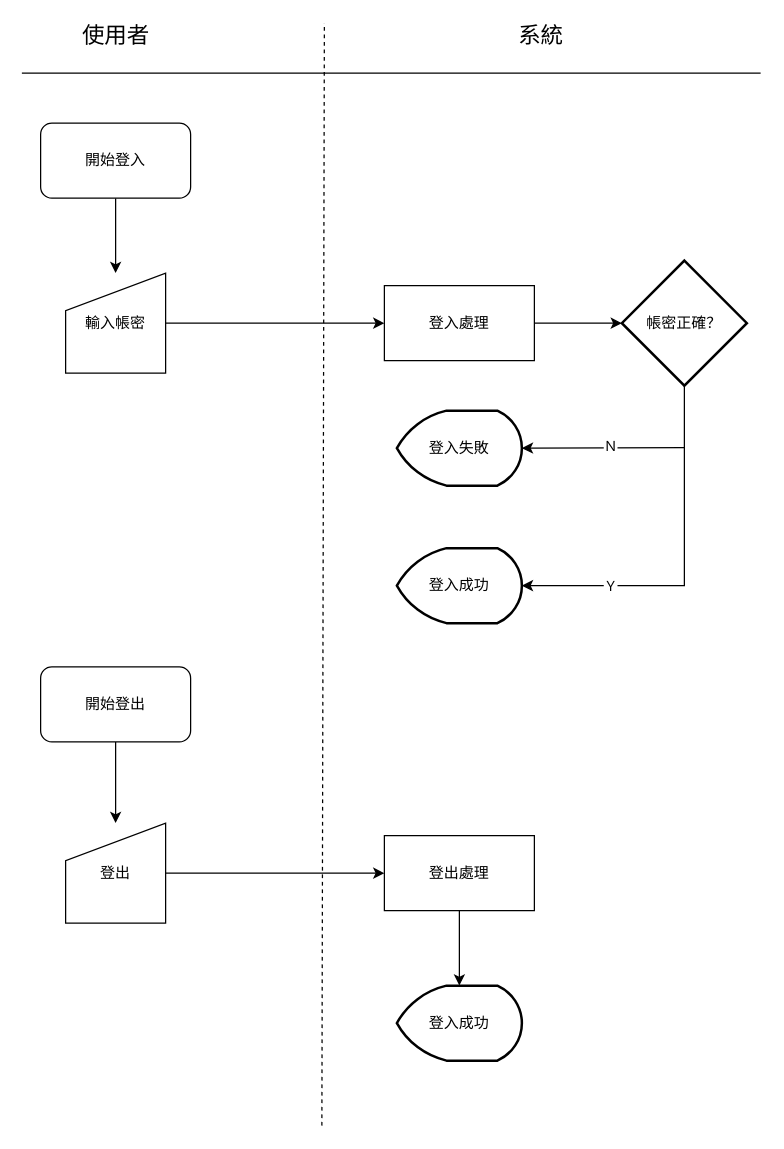
Earlier version of the draw.io diagram 流程圖/原檔/登入登出.drawio (TYChicode/deepbowl). Source tidied: cells renumbered, new cells numbered last; positions are measured from the earlier drawing's top-left corner, leaving out a move shared by most shapes. Both pictures are drawn from the tidied source at 125%, with x=0, y=0 at pixel (21, 22).
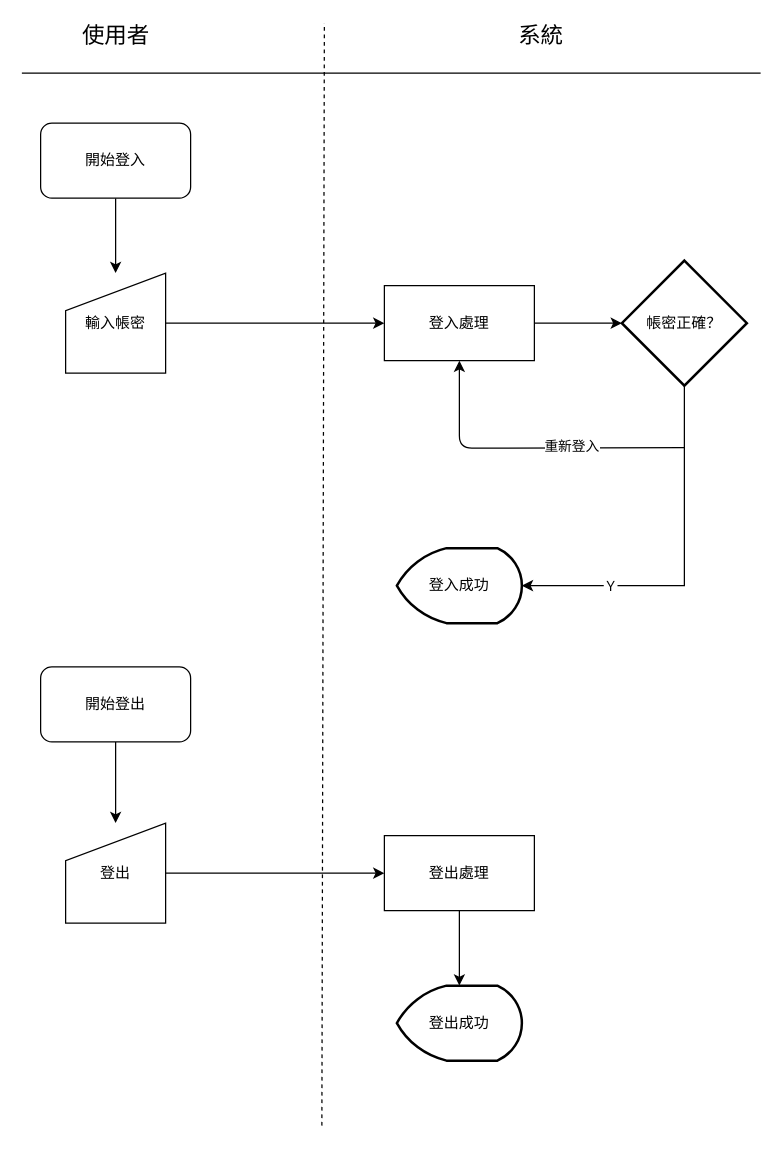
The same diagram, later.

The change refers to these unchanged cells:
```xml
<mxCell id="9" value="登入處理" style="rounded=0;whiteSpace=wrap;html=1;" parent="1" vertex="1">
  <mxGeometry x="290" y="210" width="120" height="60" as="geometry" />
</mxCell>
```

Change to the diagram source:
```diff
@@
-    <mxCell id="13" value="登入失敗" style="strokeWidth=2;html=1;shape=mxgraph.flowchart.display;whiteSpace=wrap;" parent="1" vertex="1">
-      <mxGeometry x="300" y="310" width="100" height="60" as="geometry" />
-    </mxCell>
@@
-    <mxCell id="15" style="endArrow=classic;html=1;entryX=1;entryY=0.5;entryDx=0;entryDy=0;entryPerimeter=0;" parent="1" edge="1" target="13">
+    <mxCell id="15" style="endArrow=classic;html=1;entryX=0.5;entryY=1;entryDx=0;entryDy=0;" parent="1" edge="1" target="9">
       <mxGeometry relative="1" as="geometry">
         <mxPoint x="530" y="339.6" as="sourcePoint" />
+        <Array as="points">
+          <mxPoint x="350" y="340" />
+        </Array>
       </mxGeometry>
     </mxCell>
-    <mxCell id="16" value="Ｎ" style="edgeLabel;html=1;align=center;verticalAlign=middle;" parent="15" vertex="1">
+    <mxCell id="16" value="重新登入" style="edgeLabel;html=1;align=center;verticalAlign=middle;" parent="15" vertex="1">
       <mxGeometry x="-0.15" y="-1" relative="1" as="geometry">
-        <mxPoint x="-4.5" as="offset" />
+        <mxPoint x="16" as="offset" />
       </mxGeometry>
     </mxCell>
@@
-    <mxCell id="24" value="登入成功" style="strokeWidth=2;html=1;shape=mxgraph.flowchart.display;whiteSpace=wrap;" parent="1" vertex="1">
+    <mxCell id="24" value="登出成功" style="strokeWidth=2;html=1;shape=mxgraph.flowchart.display;whiteSpace=wrap;" parent="1" vertex="1">
       <mxGeometry x="300" y="770" width="100" height="60" as="geometry" />
     </mxCell>
```
